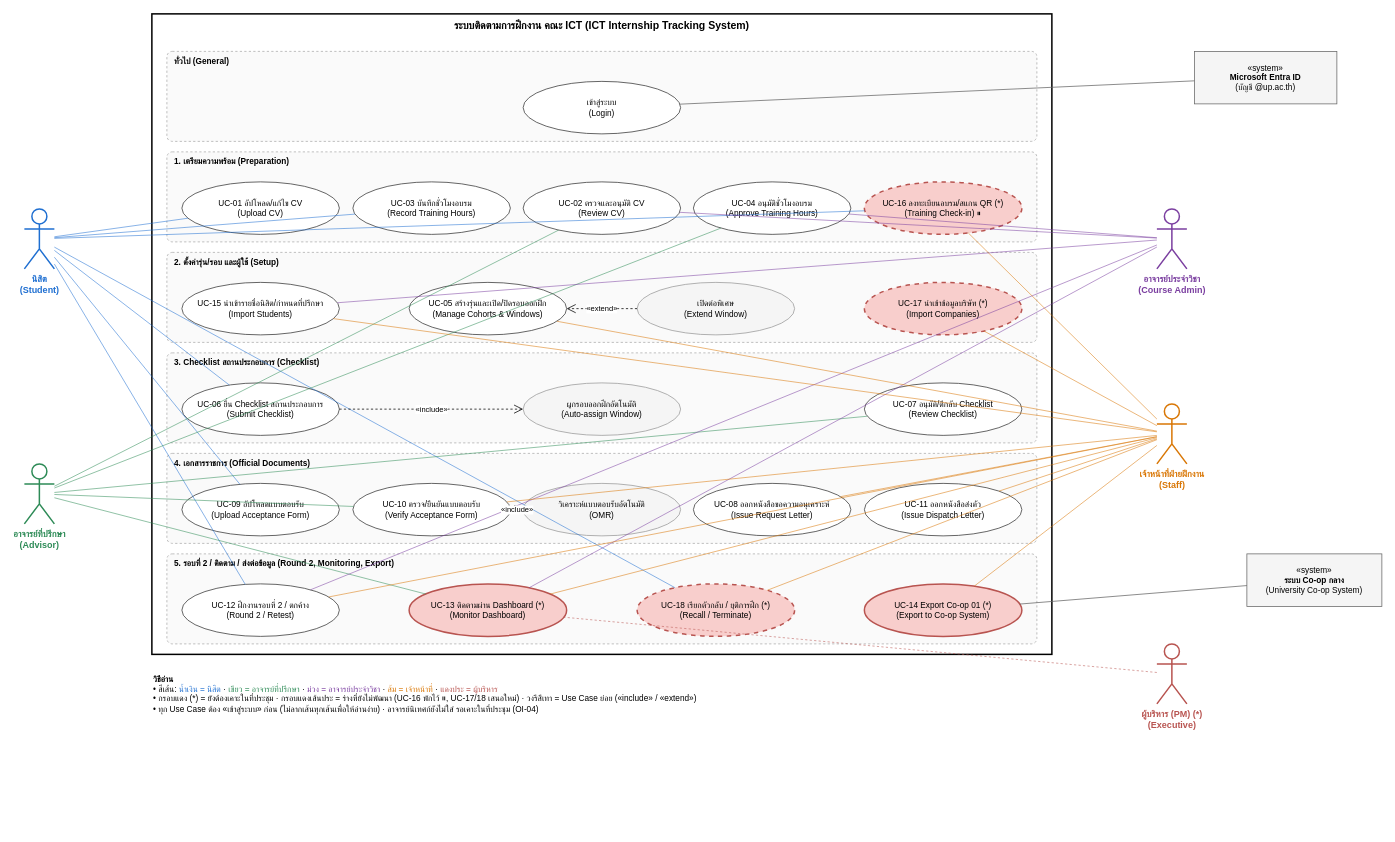
Above: docs/requirements/diagrams/use_case_diagram.drawio in Whyer2005/ICT_Internship_tracking_system (draw.io), before the change. Source tidied: cells renumbered, new cells numbered last; positions are measured from the earlier drawing's top-left corner, leaving out a move shared by most shapes. Both pictures are drawn from the tidied source at 75%, with x=0, y=0 at pixel (24, 14).
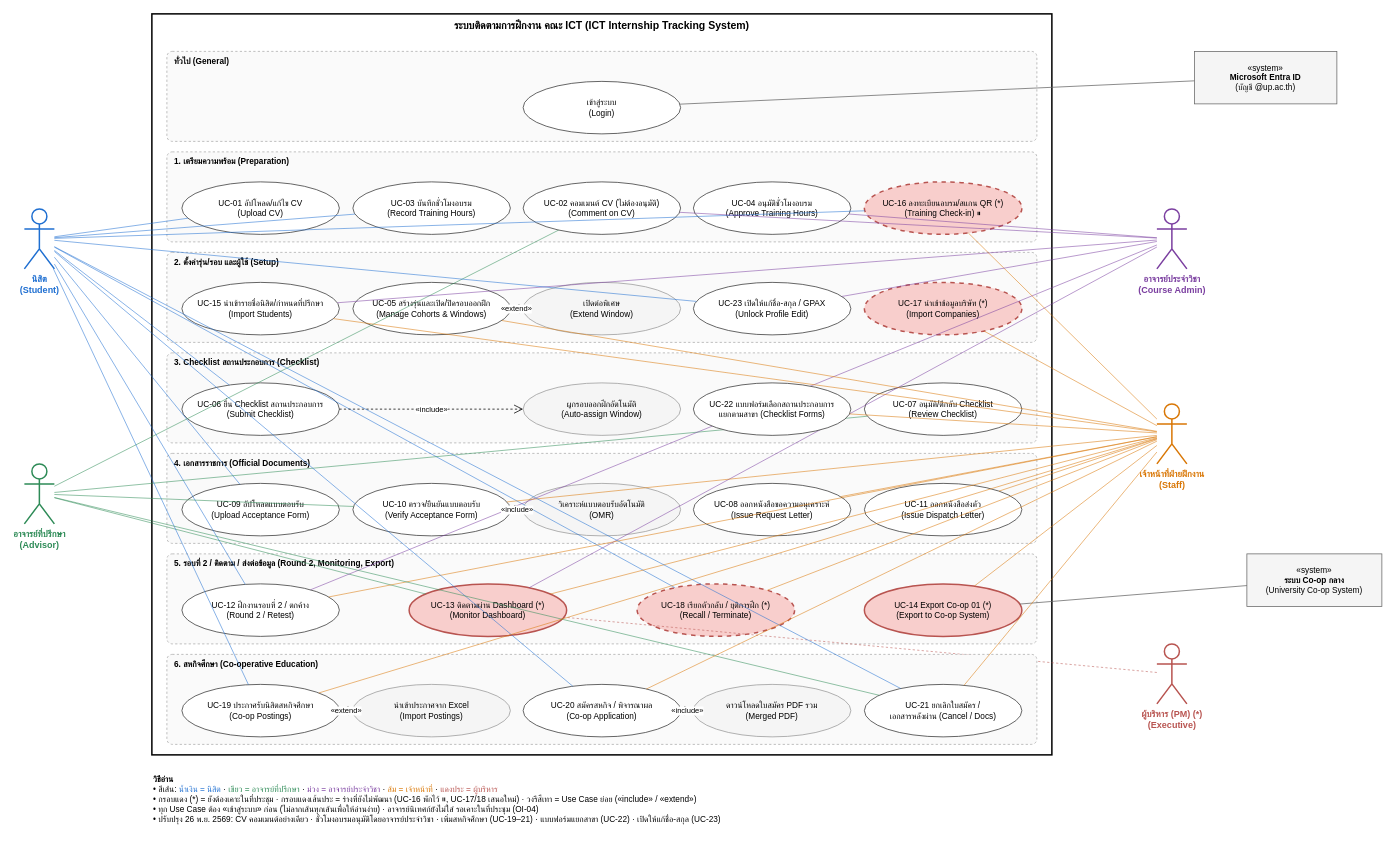
Above is the later version.

Unchanged cells that the change refers to:
```xml
<mxCell id="9" value="UC-04 อนุมัติชั่วโมงอบรม&lt;br&gt;(Approve Training Hours)" style="ellipse;whiteSpace=wrap;html=1;fontSize=11;fillColor=#ffffff;strokeColor=#333333;" parent="1" vertex="1">
  <mxGeometry x="892" y="224" width="210" height="70" as="geometry" />
</mxCell>
<mxCell id="31" value="นิสิต&lt;br&gt;(Student)" style="shape=umlActor;verticalLabelPosition=bottom;verticalAlign=top;html=1;outlineConnect=0;fontStyle=1;strokeColor=#1f6fd1;fontColor=#1f6fd1;strokeWidth=2;" parent="1" vertex="1">
  <mxGeometry y="260" width="40" height="80" as="geometry" />
</mxCell>
<mxCell id="32" value="อาจารย์ที่ปรึกษา&lt;br&gt;(Advisor)" style="shape=umlActor;verticalLabelPosition=bottom;verticalAlign=top;html=1;outlineConnect=0;fontStyle=1;strokeColor=#2e8b57;fontColor=#2e8b57;strokeWidth=2;" parent="1" vertex="1">
  <mxGeometry y="600" width="40" height="80" as="geometry" />
</mxCell>
<mxCell id="33" value="อาจารย์ประจำวิชา&lt;br&gt;(Course Admin)" style="shape=umlActor;verticalLabelPosition=bottom;verticalAlign=top;html=1;outlineConnect=0;fontStyle=1;strokeColor=#7b3fa0;fontColor=#7b3fa0;strokeWidth=2;" parent="1" vertex="1">
  <mxGeometry x="1510" y="260" width="40" height="80" as="geometry" />
</mxCell>
<mxCell id="34" value="เจ้าหน้าที่ฝ่ายฝึกงาน&lt;br&gt;(Staff)" style="shape=umlActor;verticalLabelPosition=bottom;verticalAlign=top;html=1;outlineConnect=0;fontStyle=1;strokeColor=#d97706;fontColor=#d97706;strokeWidth=2;" parent="1" vertex="1">
  <mxGeometry x="1510" y="520" width="40" height="80" as="geometry" />
</mxCell>
```

What changed in the source:
```diff
@@
     <mxCell id="2" value="ระบบติดตามการฝึกงาน คณะ ICT (ICT Internship Tracking System)" style="rounded=0;whiteSpace=wrap;html=1;verticalAlign=top;fontStyle=1;fontSize=14;fillColor=none;strokeWidth=2;" parent="1" vertex="1">
-      <mxGeometry x="170" width="1200" height="854" as="geometry" />
+      <mxGeometry x="170" width="1200" height="988" as="geometry" />
     </mxCell>
@@
-    <mxCell id="8" value="UC-02 ตรวจและอนุมัติ CV&lt;br&gt;(Review CV)" style="ellipse;whiteSpace=wrap;html=1;fontSize=11;fillColor=#ffffff;strokeColor=#333333;" parent="1" vertex="1">
+    <mxCell id="8" value="UC-02 คอมเมนต์ CV (ไม่ต้องอนุมัติ)&lt;br&gt;(Comment on CV)" style="ellipse;whiteSpace=wrap;html=1;fontSize=11;fillColor=#ffffff;strokeColor=#333333;" parent="1" vertex="1">
       <mxGeometry x="665" y="224" width="210" height="70" as="geometry" />
     </mxCell>
@@
     <mxCell id="13" value="UC-05 สร้างรุ่นและเปิด/ปิดรอบออกฝึก&lt;br&gt;(Manage Cohorts &amp;amp; Windows)" style="ellipse;whiteSpace=wrap;html=1;fontSize=11;fillColor=#ffffff;strokeColor=#333333;" parent="1" vertex="1">
-      <mxGeometry x="513" y="358" width="210" height="70" as="geometry" />
+      <mxGeometry x="438" y="358" width="210" height="70" as="geometry" />
     </mxCell>
     <mxCell id="14" value="เปิดต่อพิเศษ&lt;br&gt;(Extend Window)" style="ellipse;whiteSpace=wrap;html=1;fontSize=11;fillColor=#ffffff;strokeColor=#333333;fillColor=#f5f5f5;strokeColor=#999999;" parent="1" vertex="1">
-      <mxGeometry x="817" y="358" width="210" height="70" as="geometry" />
+      <mxGeometry x="665" y="358" width="210" height="70" as="geometry" />
     </mxCell>
@@
-    <mxCell id="46" style="endArrow=none;html=1;strokeColor=#2e8b57;opacity=70;" parent="1" edge="1" source="32" target="9">
-      <mxGeometry relative="1" as="geometry" />
-    </mxCell>
@@
-    <mxCell id="72" value="&lt;b&gt;วิธีอ่าน&lt;/b&gt;&lt;br&gt;• สีเส้น: &lt;font color=&quot;#1f6fd1&quot;&gt;น้ำเงิน = นิสิต&lt;/font&gt; · &lt;font color=&quot;#2e8b57&quot;&gt;เขียว = อาจารย์ที่ปรึกษา&lt;/font&gt; · &lt;font color=&quot;#7b3fa0&quot;&gt;ม่วง = อาจารย์ประจำวิชา&lt;/font&gt; · &lt;font color=&quot;#d97706&quot;&gt;ส้ม = เจ้าหน้าที่&lt;/font&gt; · &lt;font color=&quot;#b85450&quot;&gt;แดงประ = ผู้บริหาร&lt;/font&gt;&lt;br&gt;• กรอบแดง (*) = ยังต้องเคาะในที่ประชุม · กรอบแดงเส้นประ = ร่างที่ยังไม่พัฒนา (UC-16 พักไว้ ⏸, UC-17/18 เสนอใหม่) · วงรีสีเทา = Use Case ย่อย («include» / «extend»)&lt;br&gt;• ทุก Use Case ต้อง «เข้าสู่ระบบ» ก่อน (ไม่ลากเส้นทุกเส้นเพื่อให้อ่านง่าย) · อาจารย์นิเทศก์ยังไม่ใส่ รอเคาะในที่ประชุม (OI-04)" style="text;html=1;align=left;verticalAlign=top;whiteSpace=wrap;fontSize=11;" parent="1" vertex="1">
-      <mxGeometry x="170" y="874" width="1500" height="80" as="geometry" />
+    <mxCell id="72" value="&lt;b&gt;วิธีอ่าน&lt;/b&gt;&lt;br&gt;• สีเส้น: &lt;font color=&quot;#1f6fd1&quot;&gt;น้ำเงิน = นิสิต&lt;/font&gt; · &lt;font color=&quot;#2e8b57&quot;&gt;เขียว = อาจารย์ที่ปรึกษา&lt;/font&gt; · &lt;font color=&quot;#7b3fa0&quot;&gt;ม่วง = อาจารย์ประจำวิชา&lt;/font&gt; · &lt;font color=&quot;#d97706&quot;&gt;ส้ม = เจ้าหน้าที่&lt;/font&gt; · &lt;font color=&quot;#b85450&quot;&gt;แดงประ = ผู้บริหาร&lt;/font&gt;&lt;br&gt;• กรอบแดง (*) = ยังต้องเคาะในที่ประชุม · กรอบแดงเส้นประ = ร่างที่ยังไม่พัฒนา (UC-16 พักไว้ ⏸, UC-17/18 เสนอใหม่) · วงรีสีเทา = Use Case ย่อย («include» / «extend»)&lt;br&gt;• ทุก Use Case ต้อง «เข้าสู่ระบบ» ก่อน (ไม่ลากเส้นทุกเส้นเพื่อให้อ่านง่าย) · อาจารย์นิเทศก์ยังไม่ใส่ รอเคาะในที่ประชุม (OI-04)&lt;br&gt;• ปรับปรุง 26 พ.ย. 2569: CV คอมเมนต์อย่างเดียว · ชั่วโมงอบรมอนุมัติโดยอาจารย์ประจำวิชา · เพิ่มสหกิจศึกษา (UC-19–21) · แบบฟอร์มแยกสาขา (UC-22) · เปิดให้แก้ชื่อ-สกุล (UC-23)" style="text;html=1;align=left;verticalAlign=top;whiteSpace=wrap;fontSize=11;" parent="1" vertex="1">
+      <mxGeometry x="170" y="1008" width="1500" height="80" as="geometry" />
     </mxCell>
+    <mxCell id="73" value="UC-23 เปิดให้แก้ชื่อ-สกุล / GPAX&lt;br&gt;(Unlock Profile Edit)" style="ellipse;whiteSpace=wrap;html=1;fontSize=11;fillColor=#ffffff;strokeColor=#333333;" parent="1" vertex="1">
+      <mxGeometry x="892" y="358" width="210" height="70" as="geometry" />
+    </mxCell>
+    <mxCell id="74" value="UC-22 แบบฟอร์มเลือกสถานประกอบการ&lt;br&gt;แยกตามสาขา (Checklist Forms)" style="ellipse;whiteSpace=wrap;html=1;fontSize=11;fillColor=#ffffff;strokeColor=#333333;" parent="1" vertex="1">
+      <mxGeometry x="892" y="492" width="210" height="70" as="geometry" />
+    </mxCell>
+    <mxCell id="75" value="6. สหกิจศึกษา (Co-operative Education)" style="rounded=1;dashed=1;fillColor=#fafafa;strokeColor=#aaaaaa;verticalAlign=top;align=left;spacingLeft=8;fontStyle=1;fontSize=11;html=1;whiteSpace=wrap;arcSize=6;" parent="1" vertex="1">
+      <mxGeometry x="190" y="854" width="1160" height="120" as="geometry" />
+    </mxCell>
+    <mxCell id="76" value="UC-19 ประกาศรับนิสิตสหกิจศึกษา&lt;br&gt;(Co-op Postings)" style="ellipse;whiteSpace=wrap;html=1;fontSize=11;fillColor=#ffffff;strokeColor=#333333;" parent="1" vertex="1">
+      <mxGeometry x="210" y="894" width="210" height="70" as="geometry" />
+    </mxCell>
+    <mxCell id="77" value="นำเข้าประกาศจาก Excel&lt;br&gt;(Import Postings)" style="ellipse;whiteSpace=wrap;html=1;fontSize=11;fillColor=#ffffff;strokeColor=#333333;fillColor=#f5f5f5;strokeColor=#999999;" parent="1" vertex="1">
+      <mxGeometry x="438" y="894" width="210" height="70" as="geometry" />
+    </mxCell>
+    <mxCell id="78" value="UC-20 สมัครสหกิจ / พิจารณาผล&lt;br&gt;(Co-op Application)" style="ellipse;whiteSpace=wrap;html=1;fontSize=11;fillColor=#ffffff;strokeColor=#333333;" parent="1" vertex="1">
+      <mxGeometry x="665" y="894" width="210" height="70" as="geometry" />
+    </mxCell>
+    <mxCell id="79" value="ดาวน์โหลดใบสมัคร PDF รวม&lt;br&gt;(Merged PDF)" style="ellipse;whiteSpace=wrap;html=1;fontSize=11;fillColor=#ffffff;strokeColor=#333333;fillColor=#f5f5f5;strokeColor=#999999;" parent="1" vertex="1">
+      <mxGeometry x="892" y="894" width="210" height="70" as="geometry" />
+    </mxCell>
+    <mxCell id="80" value="UC-21 ยกเลิกใบสมัคร /&lt;br&gt;เอกสารหลังผ่าน (Cancel / Docs)" style="ellipse;whiteSpace=wrap;html=1;fontSize=11;fillColor=#ffffff;strokeColor=#333333;" parent="1" vertex="1">
+      <mxGeometry x="1120" y="894" width="210" height="70" as="geometry" />
+    </mxCell>
+    <mxCell id="81" value="«extend»" style="endArrow=open;dashed=1;html=1;endSize=10;fontSize=10;labelBackgroundColor=#ffffff;" parent="1" edge="1" source="77" target="76">
+      <mxGeometry relative="1" as="geometry" />
+    </mxCell>
+    <mxCell id="82" value="«include»" style="endArrow=open;dashed=1;html=1;endSize=10;fontSize=10;labelBackgroundColor=#ffffff;" parent="1" edge="1" source="78" target="79">
+      <mxGeometry relative="1" as="geometry" />
+    </mxCell>
+    <mxCell id="83" style="endArrow=none;html=1;strokeColor=#1f6fd1;opacity=70;" parent="1" edge="1" source="31" target="73">
+      <mxGeometry relative="1" as="geometry" />
+    </mxCell>
+    <mxCell id="84" style="endArrow=none;html=1;strokeColor=#1f6fd1;opacity=70;" parent="1" edge="1" source="31" target="76">
+      <mxGeometry relative="1" as="geometry" />
+    </mxCell>
+    <mxCell id="85" style="endArrow=none;html=1;strokeColor=#1f6fd1;opacity=70;" parent="1" edge="1" source="31" target="78">
+      <mxGeometry relative="1" as="geometry" />
+    </mxCell>
+    <mxCell id="86" style="endArrow=none;html=1;strokeColor=#1f6fd1;opacity=70;" parent="1" edge="1" source="31" target="80">
+      <mxGeometry relative="1" as="geometry" />
+    </mxCell>
+    <mxCell id="87" style="endArrow=none;html=1;strokeColor=#2e8b57;opacity=70;" parent="1" edge="1" source="32" target="80">
+      <mxGeometry relative="1" as="geometry" />
+    </mxCell>
+    <mxCell id="88" style="endArrow=none;html=1;strokeColor=#7b3fa0;opacity=70;" parent="1" edge="1" source="33" target="73">
+      <mxGeometry relative="1" as="geometry" />
+    </mxCell>
+    <mxCell id="89" style="endArrow=none;html=1;strokeColor=#d97706;opacity=70;" parent="1" edge="1" source="34" target="74">
+      <mxGeometry relative="1" as="geometry" />
+    </mxCell>
+    <mxCell id="90" style="endArrow=none;html=1;strokeColor=#d97706;opacity=70;" parent="1" edge="1" source="34" target="76">
+      <mxGeometry relative="1" as="geometry" />
+    </mxCell>
+    <mxCell id="91" style="endArrow=none;html=1;strokeColor=#d97706;opacity=70;" parent="1" edge="1" source="34" target="78">
+      <mxGeometry relative="1" as="geometry" />
+    </mxCell>
+    <mxCell id="92" style="endArrow=none;html=1;strokeColor=#d97706;opacity=70;" parent="1" edge="1" source="34" target="80">
+      <mxGeometry relative="1" as="geometry" />
+    </mxCell>
```
